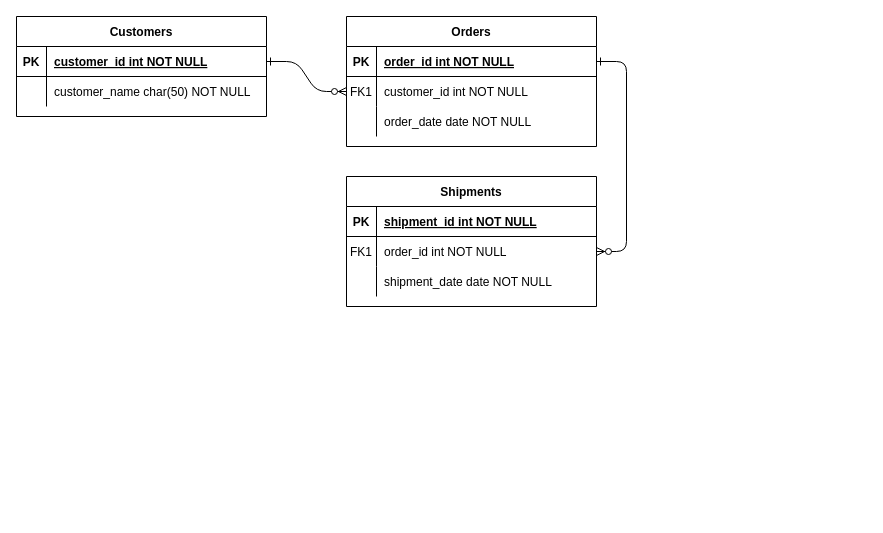
Aerbium/Netology_DA16 keeps this draw.io diagram as Untitled Diagram.drawio. Above is the earlier version. Source tidied: cells renumbered, new cells numbered last; positions are measured from the earlier drawing's top-left corner, leaving out a move shared by most shapes. Both pictures are drawn from the tidied source at 100%, with x=0, y=0 at pixel (16, 16).
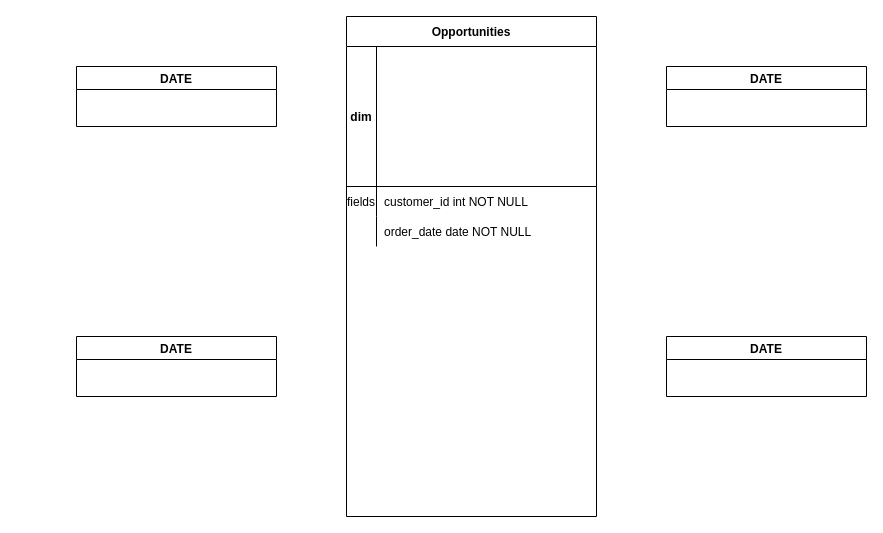
The same page after the edit.

The edit, as a diff of the source:
```diff
@@
-    <mxCell id="2" style="edgeStyle=entityRelationEdgeStyle;endArrow=ERzeroToMany;startArrow=ERone;endFill=1;startFill=0;" parent="1" edge="1" source="25" target="8">
-      <mxGeometry relative="1" as="geometry" />
-    </mxCell>
-    <mxCell id="3" style="edgeStyle=entityRelationEdgeStyle;endArrow=ERzeroToMany;startArrow=ERone;endFill=1;startFill=0;" parent="1" edge="1" source="5" target="18">
-      <mxGeometry relative="1" as="geometry" />
-    </mxCell>
-    <mxCell id="4" value="Orders" style="shape=table;startSize=30;childLayout=tableLayout;rowLines=0;fontStyle=1;align=center;" parent="1" vertex="1">
-      <mxGeometry x="330" width="250" height="130" as="geometry" />
+    <mxCell id="4" value="Opportunities" style="shape=table;startSize=30;childLayout=tableLayout;rowLines=0;fontStyle=1;align=center;" parent="1" vertex="1">
+      <mxGeometry x="330" width="250" height="500" as="geometry" />
     </mxCell>
     <mxCell id="5" style="shape=partialRectangle;fillColor=none;points=[[0,0.5],[1,0.5]];portConstraint=eastwest;top=0;left=0;right=0;bottom=1;" parent="4" vertex="1">
-      <mxGeometry y="30" width="250" height="30" as="geometry" />
+      <mxGeometry y="30" width="250" height="140" as="geometry" />
     </mxCell>
-    <mxCell id="6" value="PK" style="shape=partialRectangle;overflow=hidden;fillColor=none;top=0;left=0;bottom=0;right=0;fontStyle=1;" parent="5" vertex="1">
-      <mxGeometry width="30" height="30" as="geometry" />
+    <mxCell id="6" value="dim" style="shape=partialRectangle;overflow=hidden;fillColor=none;top=0;left=0;bottom=0;right=0;fontStyle=1;" parent="5" vertex="1">
+      <mxGeometry width="30" height="140" as="geometry" />
     </mxCell>
-    <mxCell id="7" value="order_id int NOT NULL " style="shape=partialRectangle;overflow=hidden;fillColor=none;top=0;left=0;bottom=0;right=0;align=left;spacingLeft=6;fontStyle=5;" parent="5" vertex="1">
-      <mxGeometry x="30" width="220" height="30" as="geometry" />
+    <mxCell id="7" style="shape=partialRectangle;overflow=hidden;fillColor=none;top=0;left=0;bottom=0;right=0;align=left;spacingLeft=6;fontStyle=5;" parent="5" vertex="1">
+      <mxGeometry x="30" width="220" height="140" as="geometry" />
     </mxCell>
     <mxCell id="8" style="shape=partialRectangle;fillColor=none;points=[[0,0.5],[1,0.5]];portConstraint=eastwest;top=0;left=0;right=0;bottom=0;" parent="4" vertex="1">
-      <mxGeometry y="60" width="250" height="30" as="geometry" />
+      <mxGeometry y="170" width="250" height="30" as="geometry" />
     </mxCell>
-    <mxCell id="9" value="FK1" style="shape=partialRectangle;overflow=hidden;fillColor=none;top=0;left=0;bottom=0;right=0;" parent="8" vertex="1">
+    <mxCell id="9" value="fields" style="shape=partialRectangle;overflow=hidden;fillColor=none;top=0;left=0;bottom=0;right=0;" parent="8" vertex="1">
       <mxGeometry width="30" height="30" as="geometry" />
     </mxCell>
@@
     <mxCell id="11" style="shape=partialRectangle;fillColor=none;top=0;left=0;right=0;bottom=0;" parent="4" vertex="1">
-      <mxGeometry y="90" width="250" height="30" as="geometry" />
+      <mxGeometry y="200" width="250" height="30" as="geometry" />
     </mxCell>
@@
-    <mxCell id="14" value="Shipments" style="shape=table;startSize=30;childLayout=tableLayout;rowLines=0;fontStyle=1;align=center;" parent="1" vertex="1">
-      <mxGeometry x="330" y="160" width="250" height="130" as="geometry" />
-    </mxCell>
-    <mxCell id="15" style="shape=partialRectangle;fillColor=none;top=0;left=0;right=0;bottom=1;" parent="14" vertex="1">
-      <mxGeometry y="30" width="250" height="30" as="geometry" />
-    </mxCell>
-    <mxCell id="16" value="PK" style="shape=partialRectangle;overflow=hidden;fillColor=none;top=0;left=0;bottom=0;right=0;fontStyle=1;" parent="15" vertex="1">
-      <mxGeometry width="30" height="30" as="geometry" />
-    </mxCell>
-    <mxCell id="17" value="shipment_id int NOT NULL " style="shape=partialRectangle;overflow=hidden;fillColor=none;top=0;left=0;bottom=0;right=0;align=left;spacingLeft=6;fontStyle=5;" parent="15" vertex="1">
-      <mxGeometry x="30" width="220" height="30" as="geometry" />
-    </mxCell>
-    <mxCell id="18" style="shape=partialRectangle;fillColor=none;points=[[0,0.5],[1,0.5]];portConstraint=eastwest;top=0;left=0;right=0;bottom=0;" parent="14" vertex="1">
-      <mxGeometry y="60" width="250" height="30" as="geometry" />
-    </mxCell>
-    <mxCell id="19" value="FK1" style="shape=partialRectangle;overflow=hidden;fillColor=none;top=0;left=0;bottom=0;right=0;" parent="18" vertex="1">
-      <mxGeometry width="30" height="30" as="geometry" />
-    </mxCell>
-    <mxCell id="20" value="order_id int NOT NULL" style="shape=partialRectangle;overflow=hidden;fillColor=none;top=0;left=0;bottom=0;right=0;align=left;spacingLeft=6;" parent="18" vertex="1">
-      <mxGeometry x="30" width="220" height="30" as="geometry" />
-    </mxCell>
-    <mxCell id="21" style="shape=partialRectangle;fillColor=none;top=0;left=0;right=0;bottom=0;" parent="14" vertex="1">
-      <mxGeometry y="90" width="250" height="30" as="geometry" />
-    </mxCell>
-    <mxCell id="22" style="shape=partialRectangle;overflow=hidden;fillColor=none;top=0;left=0;bottom=0;right=0;" parent="21" vertex="1">
-      <mxGeometry width="30" height="30" as="geometry" />
-    </mxCell>
-    <mxCell id="23" value="shipment_date date NOT NULL" style="shape=partialRectangle;overflow=hidden;fillColor=none;top=0;left=0;bottom=0;right=0;align=left;spacingLeft=6;" parent="21" vertex="1">
-      <mxGeometry x="30" width="220" height="30" as="geometry" />
-    </mxCell>
-    <mxCell id="24" value="Customers" style="shape=table;startSize=30;childLayout=tableLayout;rowLines=0;fontStyle=1;align=center;" parent="1" vertex="1">
-      <mxGeometry width="250" height="100" as="geometry" />
-    </mxCell>
-    <mxCell id="25" style="shape=partialRectangle;fillColor=none;points=[[0,0.5],[1,0.5]];portConstraint=eastwest;top=0;left=0;right=0;bottom=1;" parent="24" vertex="1">
-      <mxGeometry y="30" width="250" height="30" as="geometry" />
-    </mxCell>
-    <mxCell id="26" value="PK" style="shape=partialRectangle;overflow=hidden;fillColor=none;top=0;left=0;bottom=0;right=0;fontStyle=1;" parent="25" vertex="1">
-      <mxGeometry width="30" height="30" as="geometry" />
-    </mxCell>
-    <mxCell id="27" value="customer_id int NOT NULL " style="shape=partialRectangle;overflow=hidden;fillColor=none;top=0;left=0;bottom=0;right=0;align=left;spacingLeft=6;fontStyle=5;" parent="25" vertex="1">
-      <mxGeometry x="30" width="220" height="30" as="geometry" />
-    </mxCell>
-    <mxCell id="28" style="shape=partialRectangle;fillColor=none;top=0;left=0;right=0;bottom=0;" parent="24" vertex="1">
-      <mxGeometry y="60" width="250" height="30" as="geometry" />
-    </mxCell>
-    <mxCell id="29" style="shape=partialRectangle;overflow=hidden;fillColor=none;top=0;left=0;bottom=0;right=0;" parent="28" vertex="1">
-      <mxGeometry width="30" height="30" as="geometry" />
-    </mxCell>
-    <mxCell id="30" value="customer_name char(50) NOT NULL" style="shape=partialRectangle;overflow=hidden;fillColor=none;top=0;left=0;bottom=0;right=0;align=left;spacingLeft=6;" parent="28" vertex="1">
-      <mxGeometry x="30" width="220" height="30" as="geometry" />
-    </mxCell>
+    <mxCell id="31" value="DATE" style="swimlane;" parent="1" vertex="1">
+      <mxGeometry x="60" y="50" width="200" height="60" as="geometry" />
+    </mxCell>
+    <mxCell id="32" value="DATE" style="swimlane;" parent="1" vertex="1">
+      <mxGeometry x="60" y="320" width="200" height="60" as="geometry" />
+    </mxCell>
+    <mxCell id="33" value="DATE" style="swimlane;" parent="1" vertex="1">
+      <mxGeometry x="650" y="50" width="200" height="60" as="geometry" />
+    </mxCell>
+    <mxCell id="34" value="DATE" style="swimlane;" parent="1" vertex="1">
+      <mxGeometry x="650" y="320" width="200" height="60" as="geometry" />
+    </mxCell>
```
